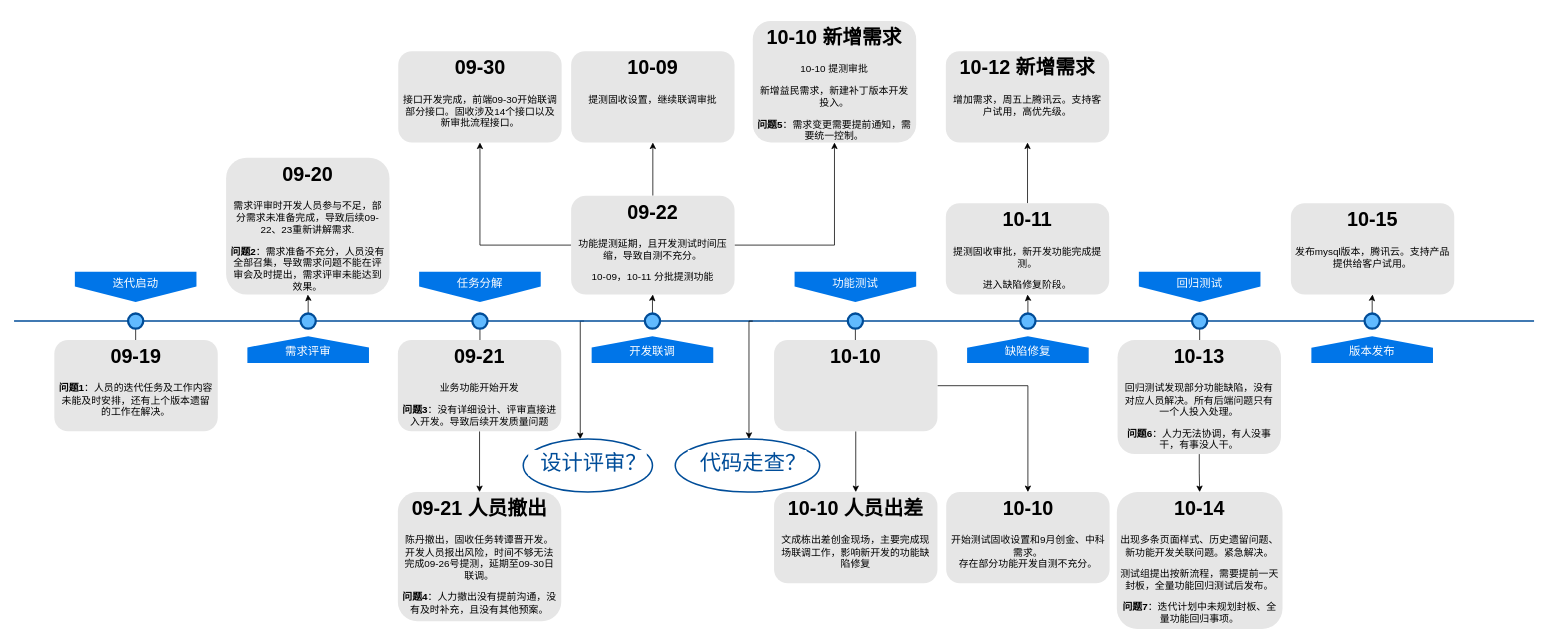
warmsheep/my-example keeps this draw.io diagram as page "过程分析" (2 of 2) of 未命名绘图.drawio. Above is the earlier version. Source tidied: cells renumbered, new cells numbered last; positions are measured from the earlier drawing's top-left corner, leaving out a move shared by most shapes. Both pictures are drawn from the tidied source at 76%, with x=0, y=0 at pixel (14, 21).
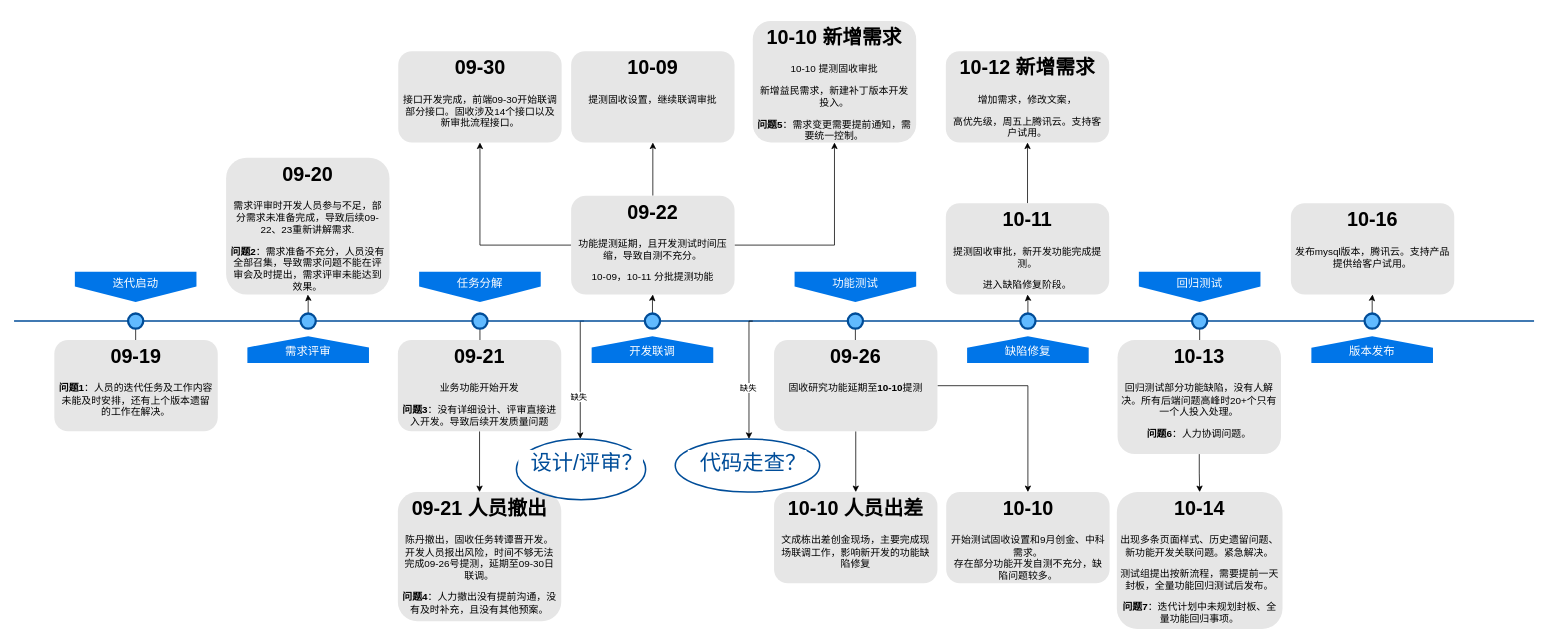
The same page after the edit.

Unchanged cells that the change refers to:
```xml
<mxCell id="2" style="edgeStyle=orthogonalEdgeStyle;rounded=0;jettySize=auto;html=1;exitX=0.75;exitY=0.5;exitDx=0;exitDy=0;exitPerimeter=0;" parent="1" edge="1" source="3" target="53">
  <mxGeometry relative="1" as="geometry">
    <Array as="points">
      <mxPoint x="745" y="395" />
    </Array>
  </mxGeometry>
</mxCell>
<mxCell id="54" style="edgeStyle=orthogonalEdgeStyle;rounded=0;orthogonalLoop=1;jettySize=auto;html=1;exitX=0.75;exitY=0.5;exitDx=0;exitDy=0;exitPerimeter=0;" parent="1" edge="1">
  <mxGeometry relative="1" as="geometry">
    <mxPoint x="972" y="395" as="sourcePoint" />
    <mxPoint x="967" y="550" as="targetPoint" />
    <Array as="points">
      <mxPoint x="967" y="395" />
    </Array>
  </mxGeometry>
</mxCell>
```

Change to the diagram source:
```diff
@@
+    <mxCell id="56" value="缺失" style="edgeLabel;html=1;align=center;verticalAlign=middle;" parent="2" vertex="1">
+      <mxGeometry x="0.3" y="-3" relative="1" as="geometry" />
+    </mxCell>
@@
-    <mxCell id="39" value="&lt;h1&gt;10-10&lt;/h1&gt;&lt;p&gt;&lt;br&gt;&lt;/p&gt;" style="text;html=1;spacing=5;spacingTop=-20;whiteSpace=wrap;overflow=hidden;strokeColor=none;strokeWidth=3;fillColor=#E6E6E6;fontSize=13;fontColor=#000000;align=center;rounded=1;" parent="1" vertex="1">
+    <mxCell id="39" value="&lt;h1&gt;09-26&lt;/h1&gt;&lt;div&gt;固收研究功能延期至&lt;b&gt;10-10&lt;/b&gt;提测&lt;/div&gt;" style="text;html=1;spacing=5;spacingTop=-20;whiteSpace=wrap;overflow=hidden;strokeColor=none;strokeWidth=3;fillColor=#E6E6E6;fontSize=13;fontColor=#000000;align=center;rounded=1;" parent="1" vertex="1">
       <mxGeometry x="1000" y="420" width="215" height="120" as="geometry" />
     </mxCell>
@@
-    <mxCell id="43" value="&lt;h1&gt;10-13&lt;/h1&gt;&lt;p&gt;回归测试发现部分功能缺陷，没有对应人员解决。所有后端问题只有一个人投入处理。&lt;/p&gt;&lt;p&gt;&lt;b&gt;问题6&lt;/b&gt;：人力无法协调，有人没事干，有事没人干。&lt;/p&gt;" style="text;html=1;spacing=5;spacingTop=-20;whiteSpace=wrap;overflow=hidden;strokeColor=none;strokeWidth=3;fillColor=#E6E6E6;fontSize=13;fontColor=#000000;align=center;rounded=1;" parent="1" vertex="1">
+    <mxCell id="43" value="&lt;h1&gt;10-13&lt;/h1&gt;&lt;p&gt;回归测试部分功能缺陷，没有人解决。所有后端问题高峰时20+个只有一个人投入处理。&lt;/p&gt;&lt;p&gt;&lt;b&gt;问题6&lt;/b&gt;：人力协调问题。&lt;/p&gt;" style="text;html=1;spacing=5;spacingTop=-20;whiteSpace=wrap;overflow=hidden;strokeColor=none;strokeWidth=3;fillColor=#E6E6E6;fontSize=13;fontColor=#000000;align=center;rounded=1;" parent="1" vertex="1">
       <mxGeometry x="1452" y="420" width="215" height="150" as="geometry" />
     </mxCell>
-    <mxCell id="44" value="&lt;h1&gt;10-15&lt;/h1&gt;&lt;p&gt;发布mysql版本，腾讯云。支持产品提供给客户试用。&lt;/p&gt;" style="text;html=1;spacing=5;spacingTop=-20;whiteSpace=wrap;overflow=hidden;strokeColor=none;strokeWidth=3;fillColor=#E6E6E6;fontSize=13;fontColor=#000000;align=center;rounded=1;" parent="1" vertex="1">
+    <mxCell id="44" value="&lt;h1&gt;10-16&lt;/h1&gt;&lt;p&gt;发布mysql版本，腾讯云。支持产品提供给客户试用。&lt;/p&gt;" style="text;html=1;spacing=5;spacingTop=-20;whiteSpace=wrap;overflow=hidden;strokeColor=none;strokeWidth=3;fillColor=#E6E6E6;fontSize=13;fontColor=#000000;align=center;rounded=1;" parent="1" vertex="1">
       <mxGeometry x="1680" y="240" width="215" height="120" as="geometry" />
     </mxCell>
@@
-    <mxCell id="49" value="&lt;h1&gt;10-10 新增需求&lt;/h1&gt;&lt;p&gt;10-10 提测审批&lt;/p&gt;&lt;p&gt;新增益民需求，新建补丁版本开发投入。&lt;/p&gt;&lt;p&gt;&lt;b&gt;问题5&lt;/b&gt;：需求变更需要提前通知，需要统一控制。&lt;/p&gt;" style="text;html=1;spacing=5;spacingTop=-20;whiteSpace=wrap;overflow=hidden;strokeColor=none;strokeWidth=3;fillColor=#E6E6E6;fontSize=13;fontColor=#000000;align=center;rounded=1;" parent="1" vertex="1">
+    <mxCell id="49" value="&lt;h1&gt;10-10 新增需求&lt;/h1&gt;&lt;p&gt;10-10 提测固收审批&lt;/p&gt;&lt;p&gt;新增益民需求，新建补丁版本开发投入。&lt;/p&gt;&lt;p&gt;&lt;b&gt;问题5&lt;/b&gt;：需求变更需要提前通知，需要统一控制。&lt;/p&gt;" style="text;html=1;spacing=5;spacingTop=-20;whiteSpace=wrap;overflow=hidden;strokeColor=none;strokeWidth=3;fillColor=#E6E6E6;fontSize=13;fontColor=#000000;align=center;rounded=1;" parent="1" vertex="1">
       <mxGeometry x="972" width="215" height="160" as="geometry" />
     </mxCell>
-    <mxCell id="50" value="&lt;h1&gt;10-10&lt;/h1&gt;&lt;div&gt;开始测试固收设置和&lt;span style=&quot;background-color: initial;&quot;&gt;9月创金、中科需求。&lt;/span&gt;&lt;/div&gt;&lt;div&gt;存在部分功能开发自测不充分。&lt;/div&gt;" style="text;html=1;spacing=5;spacingTop=-20;whiteSpace=wrap;overflow=hidden;strokeColor=none;strokeWidth=3;fillColor=#E6E6E6;fontSize=13;fontColor=#000000;align=center;rounded=1;" parent="1" vertex="1">
+    <mxCell id="50" value="&lt;h1&gt;10-10&lt;/h1&gt;&lt;div&gt;开始测试固收设置和&lt;span style=&quot;background-color: initial;&quot;&gt;9月创金、中科需求。&lt;/span&gt;&lt;/div&gt;&lt;div&gt;存在部分功能开发自测不充分，缺陷问题较多。&lt;/div&gt;" style="text;html=1;spacing=5;spacingTop=-20;whiteSpace=wrap;overflow=hidden;strokeColor=none;strokeWidth=3;fillColor=#E6E6E6;fontSize=13;fontColor=#000000;align=center;rounded=1;" parent="1" vertex="1">
       <mxGeometry x="1226.5" y="620" width="215" height="120" as="geometry" />
     </mxCell>
-    <mxCell id="51" value="&lt;h1&gt;10-12 新增需求&lt;/h1&gt;&lt;p&gt;增加需求，&lt;span style=&quot;background-color: initial;&quot;&gt;周五上腾讯云。支持客户试用，高优先级。&lt;/span&gt;&lt;/p&gt;" style="text;html=1;spacing=5;spacingTop=-20;whiteSpace=wrap;overflow=hidden;strokeColor=none;strokeWidth=3;fillColor=#E6E6E6;fontSize=13;fontColor=#000000;align=center;rounded=1;" parent="1" vertex="1">
+    <mxCell id="51" value="&lt;h1&gt;10-12 新增需求&lt;/h1&gt;&lt;p&gt;增加需求，修改文案，&lt;/p&gt;高优先级，&lt;span style=&quot;background-color: initial;&quot;&gt;周五上腾讯云。支持客户试用。&lt;/span&gt;" style="text;html=1;spacing=5;spacingTop=-20;whiteSpace=wrap;overflow=hidden;strokeColor=none;strokeWidth=3;fillColor=#E6E6E6;fontSize=13;fontColor=#000000;align=center;rounded=1;" parent="1" vertex="1">
       <mxGeometry x="1226" y="40" width="215" height="120" as="geometry" />
     </mxCell>
@@
-    <mxCell id="53" value="&amp;nbsp; 设计评审？" style="ellipse;whiteSpace=wrap;html=1;fontSize=28;verticalAlign=top;fillColor=none;strokeColor=#004D99;fontColor=#004D99;strokeWidth=2;labelBackgroundColor=default;spacingTop=8;" parent="1" vertex="1">
-      <mxGeometry x="670" y="550" width="170" height="70" as="geometry" />
+    <mxCell id="53" value="&amp;nbsp; 设计/评审？" style="ellipse;whiteSpace=wrap;html=1;fontSize=28;verticalAlign=top;fillColor=none;strokeColor=#004D99;fontColor=#004D99;strokeWidth=2;labelBackgroundColor=default;spacingTop=8;" parent="1" vertex="1">
+      <mxGeometry x="661" y="550" width="170" height="80" as="geometry" />
     </mxCell>
@@
+    <mxCell id="57" value="缺失" style="edgeLabel;html=1;align=center;verticalAlign=middle;" parent="54" vertex="1">
+      <mxGeometry x="0.15" y="-2" relative="1" as="geometry" />
+    </mxCell>
```
